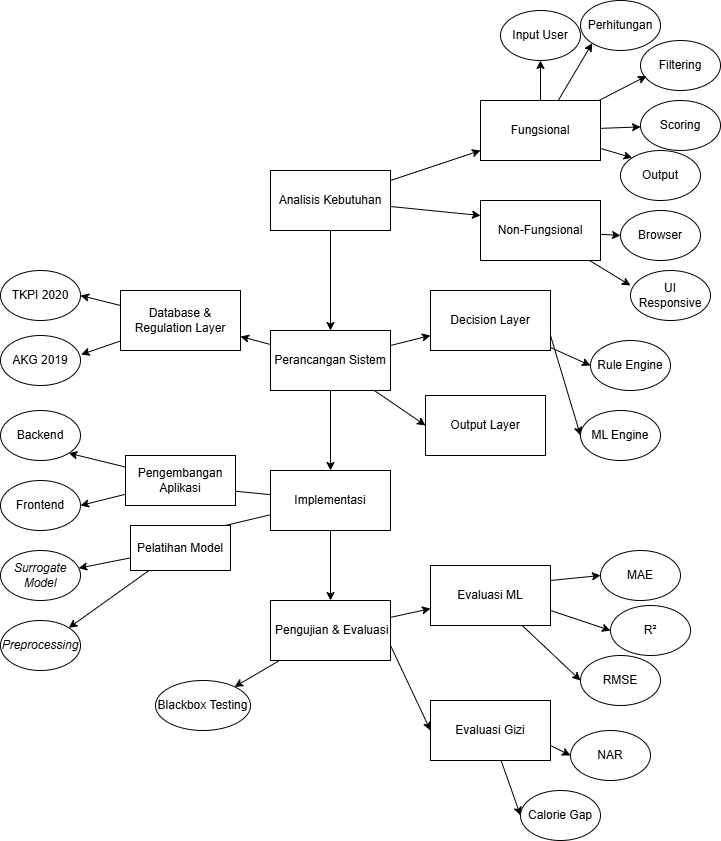
The draw.io diagram kebutuhan gambar skripsi/PPT.png in fathanzys/diet-recommender-id, before a commit. Source tidied: cells renumbered, new cells last; positions are measured from the earlier drawing's top-left corner, leaving out a move shared by most shapes.
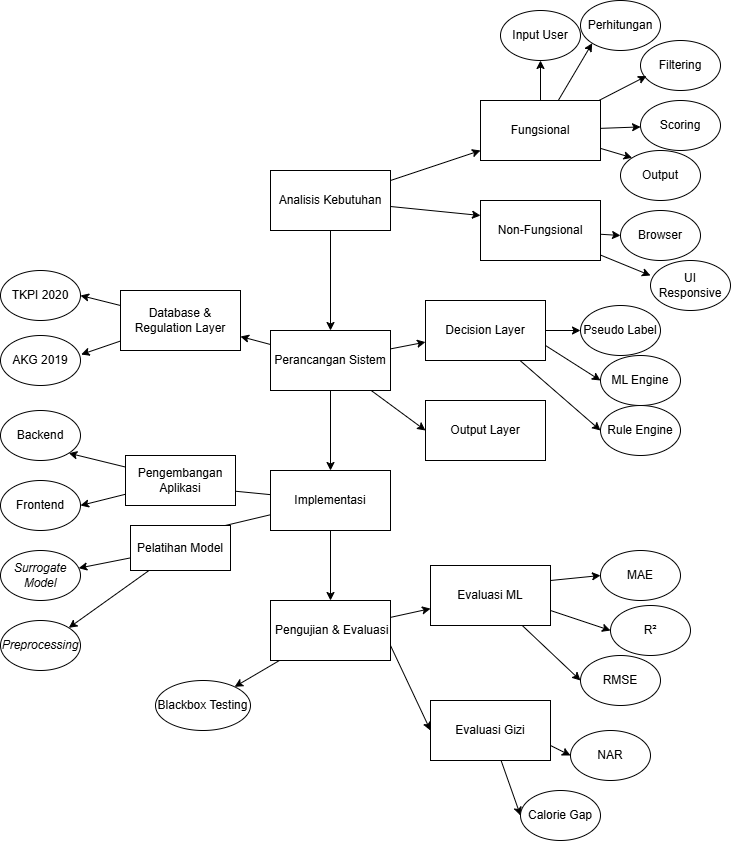
The same file after the commit.

Diff of the diagram source:
```diff
@@ -93,7 +93,7 @@
       <mxGeometry x="620" y="210" width="80" height="50" as="geometry" />
     </mxCell>
     <mxCell id="32" value="UI Responsive" style="ellipse;whiteSpace=wrap;html=1;rounded=0;" parent="1" vertex="1">
-      <mxGeometry x="630" y="270" width="80" height="50" as="geometry" />
+      <mxGeometry x="650" y="260" width="80" height="50" as="geometry" />
     </mxCell>
     <mxCell id="33" style="rounded=0;jettySize=auto;html=1;entryX=0;entryY=0.3;entryDx=0;entryDy=0;entryPerimeter=0;" parent="1" edge="1" source="24" target="32">
       <mxGeometry relative="1" as="geometry" />
@@ -191,17 +191,23 @@
     <mxCell id="64" style="rounded=0;jettySize=auto;html=1;entryX=0;entryY=0.5;entryDx=0;entryDy=0;exitX=1;exitY=0.75;exitDx=0;exitDy=0;" parent="1" edge="1" source="65" target="67">
       <mxGeometry relative="1" as="geometry" />
     </mxCell>
+    <mxCell id="69" style="edgeStyle=orthogonalEdgeStyle;rounded=0;jettySize=auto;html=1;entryX=0;entryY=0.5;entryDx=0;entryDy=0;" parent="1" edge="1" source="65" target="70">
+      <mxGeometry relative="1" as="geometry" />
+    </mxCell>
     <mxCell id="65" value="Decision Layer" style="rounded=0;whiteSpace=wrap;html=1;" parent="1" vertex="1">
-      <mxGeometry x="430" y="290" width="120" height="60" as="geometry" />
+      <mxGeometry x="425" y="300" width="120" height="60" as="geometry" />
     </mxCell>
     <mxCell id="66" value="Rule Engine" style="ellipse;whiteSpace=wrap;html=1;rounded=0;" parent="1" vertex="1">
-      <mxGeometry x="590" y="340" width="80" height="50" as="geometry" />
+      <mxGeometry x="600" y="405" width="80" height="50" as="geometry" />
     </mxCell>
     <mxCell id="67" value="ML Engine" style="ellipse;whiteSpace=wrap;html=1;rounded=0;" parent="1" vertex="1">
-      <mxGeometry x="580" y="410" width="80" height="50" as="geometry" />
+      <mxGeometry x="600" y="355" width="80" height="50" as="geometry" />
     </mxCell>
     <mxCell id="68" value="Output Layer" style="rounded=0;whiteSpace=wrap;html=1;" parent="1" vertex="1">
-      <mxGeometry x="425" y="395" width="120" height="60" as="geometry" />
+      <mxGeometry x="425" y="400" width="120" height="60" as="geometry" />
     </mxCell>
+    <mxCell id="70" value="Pseudo Label" style="ellipse;whiteSpace=wrap;html=1;rounded=0;" parent="1" vertex="1">
+      <mxGeometry x="580" y="305" width="80" height="50" as="geometry" />
+    </mxCell>
   </root>
 </mxGraphModel>
```
